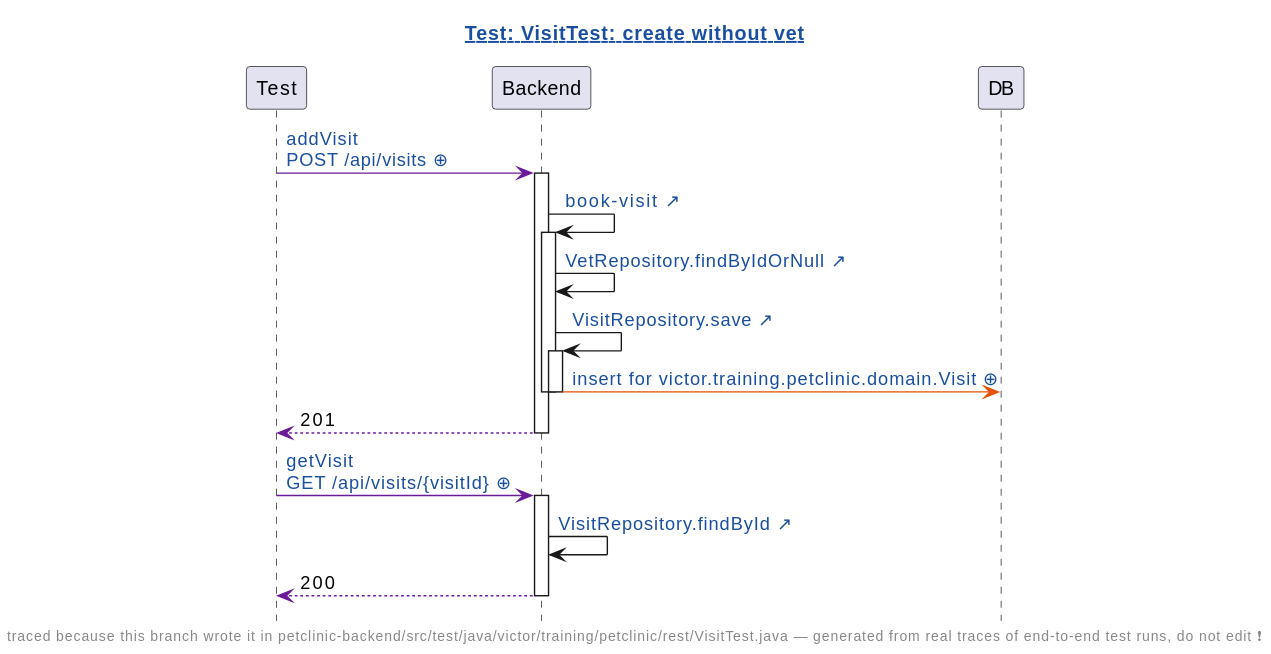
victorrentea/human-review keeps this PlantUML diagram as demo/demo/assets/diagrams/petclinic-test_generated_VisitTest.java.create-without-vet.genseq.new.svg. Above is the earlier version.
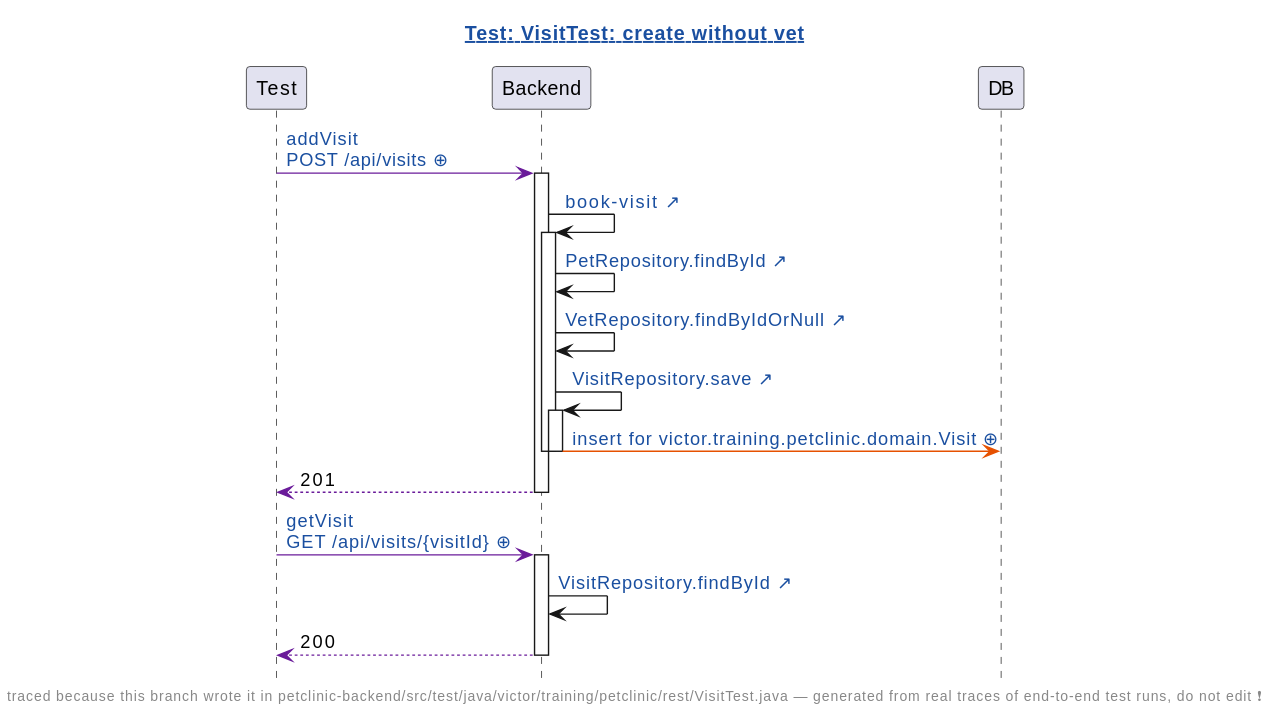
Above is the later version.

Change to the diagram source:
```diff
@@ -4,19 +4,20 @@
 skinparam hyperlinkColor #1A4FA0
 skinparam sequenceGroupFontColor #888888
 skinparam sequenceGroupFontStyle plain
-title [[src://petclinic-backend/src/test/java/victor/training/petclinic/rest/VisitTest.java:256{Click to open the test} Test: VisitTest: create without vet]]
+title [[src://petclinic-backend/src/test/java/victor/training/petclinic/rest/VisitTest.java:346{Click to open the test} Test: VisitTest: create without vet]]
 footer traced because this branch wrote it in petclinic-backend/src/test/java/victor/training/petclinic/rest/VisitTest.java — generated from real traces of end-to-end test runs, do not edit ❗
 participant Test
 participant Backend
 participant DB
 Test -[#6A1B9A]> Backend: [[genseq://0rymiqj{Click for the request as it was sent} addVisit\nPOST /api/visits ⊕]]
 activate Backend
-Backend -> Backend: [[src://petclinic-backend/src/main/java/victor/training/petclinic/rest/VisitRestController.java:72{Click to open VisitRestController.bookVisit} book-visit ↗]]
+Backend -> Backend: [[src://petclinic-backend/src/main/java/victor/training/petclinic/rest/VisitRestController.java:77{Click to open VisitRestController.bookVisit} book-visit ↗]]
 activate Backend
+Backend -> Backend: [[src://petclinic-backend/src/main/java/victor/training/petclinic/repository/PetRepository.java:16{Click to open PetRepository.findById} PetRepository.findById ↗]]
 Backend -> Backend: [[src://petclinic-backend/src/main/java/victor/training/petclinic/repository/VetRepository.java:19{Click to open VetRepository.findByIdOrNull} VetRepository.findByIdOrNull ↗]]
 Backend -> Backend: [[src://petclinic-backend/src/main/java/victor/training/petclinic/repository/VisitRepository.java:14{Click to open VisitRepository.save} VisitRepository.save ↗]]
 activate Backend
-Backend -[#E65100]> DB: [[genseq://1k65kuu{Click for the statement behind this call} insert for victor.training.petclinic.domain.Visit ⊕]]
+Backend -[#E65100]> DB: [[genseq://0mjxzx9{Click for the statement behind this call} insert for victor.training.petclinic.domain.Visit ⊕]]
 deactivate Backend
 deactivate Backend
 Backend -[#6A1B9A]-> Test: 201
```
